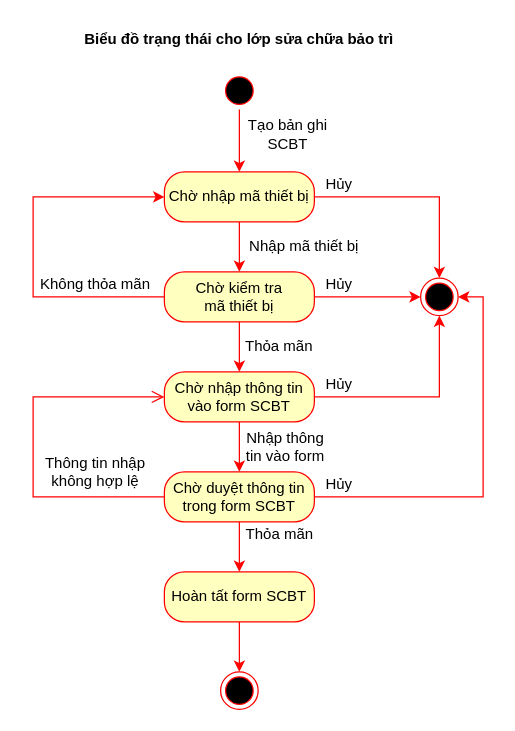
This is page "sửa chữa bảo trì" (1 of 3) of TraThietBi state diagram.drawio from LocalHost127000/OODA, a draw.io file, before an edit. Source tidied: cells renumbered, new cells numbered last; positions are measured from the earlier drawing's top-left corner, leaving out a move shared by most shapes. Both pictures are drawn from the tidied source at 125%, with x=0, y=0 at pixel (26, 21).
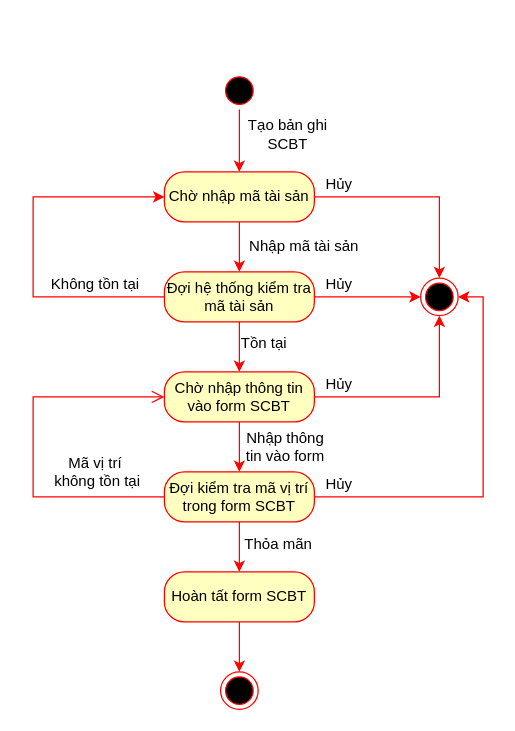
The same diagram, later.

Diff of the diagram source:
```diff
@@
-    <mxCell id="6" value="Chờ nhập mã thiết bị" style="rounded=1;whiteSpace=wrap;html=1;arcSize=40;fontColor=#000000;fillColor=#ffffc0;strokeColor=#ff0000;" parent="1" vertex="1">
+    <mxCell id="6" value="Chờ nhập mã tài sản" style="rounded=1;whiteSpace=wrap;html=1;arcSize=40;fontColor=#000000;fillColor=#ffffc0;strokeColor=#ff0000;" parent="1" vertex="1">
       <mxGeometry x="110" y="120" width="120" height="40" as="geometry" />
     </mxCell>
@@
-    <mxCell id="11" value="Chờ kiểm tra&lt;br&gt;mã thiết bị" style="rounded=1;whiteSpace=wrap;html=1;arcSize=40;fontColor=#000000;fillColor=#ffffc0;strokeColor=#ff0000;" parent="1" vertex="1">
+    <mxCell id="11" value="Đợi hệ thống kiểm tra&lt;br&gt;mã tài sản" style="rounded=1;whiteSpace=wrap;html=1;arcSize=40;fontColor=#000000;fillColor=#ffffc0;strokeColor=#ff0000;" parent="1" vertex="1">
       <mxGeometry x="110" y="200" width="120" height="40" as="geometry" />
     </mxCell>
-    <mxCell id="12" value="Nhập mã thiết bị" style="text;html=1;strokeColor=none;fillColor=none;align=center;verticalAlign=middle;whiteSpace=wrap;rounded=0;" parent="1" vertex="1">
+    <mxCell id="12" value="Nhập mã tài sản" style="text;html=1;strokeColor=none;fillColor=none;align=center;verticalAlign=middle;whiteSpace=wrap;rounded=0;" parent="1" vertex="1">
       <mxGeometry x="169" y="170" width="106" height="20" as="geometry" />
     </mxCell>
@@
-    <mxCell id="16" value="Thỏa mãn" style="text;html=1;strokeColor=none;fillColor=none;align=center;verticalAlign=middle;whiteSpace=wrap;rounded=0;" parent="1" vertex="1">
-      <mxGeometry x="169" y="250" width="66" height="20" as="geometry" />
-    </mxCell>
@@
-    <mxCell id="20" value="Chờ duyệt thông tin trong form SCBT" style="rounded=1;whiteSpace=wrap;html=1;arcSize=40;fontColor=#000000;fillColor=#ffffc0;strokeColor=#ff0000;" parent="1" vertex="1">
+    <mxCell id="20" value="Đợi kiểm tra mã vị trí trong form SCBT" style="rounded=1;whiteSpace=wrap;html=1;arcSize=40;fontColor=#000000;fillColor=#ffffc0;strokeColor=#ff0000;" parent="1" vertex="1">
       <mxGeometry x="110" y="360" width="120" height="40" as="geometry" />
     </mxCell>
@@
-    <mxCell id="30" value="Không thỏa mãn" style="text;html=1;strokeColor=none;fillColor=none;align=center;verticalAlign=middle;whiteSpace=wrap;rounded=0;" parent="1" vertex="1">
+    <mxCell id="30" value="Không tồn tại" style="text;html=1;strokeColor=none;fillColor=none;align=center;verticalAlign=middle;whiteSpace=wrap;rounded=0;" parent="1" vertex="1">
       <mxGeometry y="200" width="110" height="20" as="geometry" />
     </mxCell>
-    <mxCell id="31" value="Biểu đồ trạng thái cho lớp sửa chữa bảo trì" style="text;align=center;fontStyle=1;verticalAlign=middle;spacingLeft=3;spacingRight=3;strokeColor=none;points=[[0,0.5],[1,0.5]];portConstraint=eastwest;fillColor=#FFFFFF;" parent="1" vertex="1">
-      <mxGeometry x="130" width="80" height="26" as="geometry" />
-    </mxCell>
-    <mxCell id="32" style="edgeStyle=orthogonalEdgeStyle;rounded=0;orthogonalLoop=1;jettySize=auto;html=1;exitX=1;exitY=0.5;exitDx=0;exitDy=0;startSize=7;endArrow=open;endFill=0;endSize=8;" parent="1" edge="1" source="31" target="31">
-      <mxGeometry relative="1" as="geometry" />
+    <mxCell id="32" style="edgeStyle=orthogonalEdgeStyle;rounded=0;orthogonalLoop=1;jettySize=auto;html=1;exitX=1;exitY=0.5;exitDx=0;exitDy=0;startSize=7;endArrow=open;endFill=0;endSize=8;" parent="1" edge="1">
+      <mxGeometry relative="1" as="geometry">
+        <mxPoint x="210" y="13" as="sourcePoint" />
+        <mxPoint x="210" y="13" as="targetPoint" />
+      </mxGeometry>
     </mxCell>
-    <mxCell id="33" value="Thông tin nhập không hợp lệ" style="text;html=1;strokeColor=none;fillColor=none;align=center;verticalAlign=middle;whiteSpace=wrap;rounded=0;" parent="1" vertex="1">
+    <mxCell id="33" value="Mã vị trí&lt;br&gt;&amp;nbsp;không tồn tại" style="text;html=1;strokeColor=none;fillColor=none;align=center;verticalAlign=middle;whiteSpace=wrap;rounded=0;" parent="1" vertex="1">
       <mxGeometry x="10" y="350" width="90" height="20" as="geometry" />
     </mxCell>
     <mxCell id="34" value="Thỏa mãn" style="text;html=1;strokeColor=none;fillColor=none;align=center;verticalAlign=middle;whiteSpace=wrap;rounded=0;" parent="1" vertex="1">
-      <mxGeometry x="170" y="400" width="65" height="20" as="geometry" />
+      <mxGeometry x="169" y="408" width="65" height="20" as="geometry" />
     </mxCell>
+    <mxCell id="35" value="Tồn tại" style="text;html=1;strokeColor=none;fillColor=none;align=center;verticalAlign=middle;whiteSpace=wrap;rounded=0;" parent="1" vertex="1">
+      <mxGeometry x="170" y="247" width="40" height="20" as="geometry" />
+    </mxCell>
```
